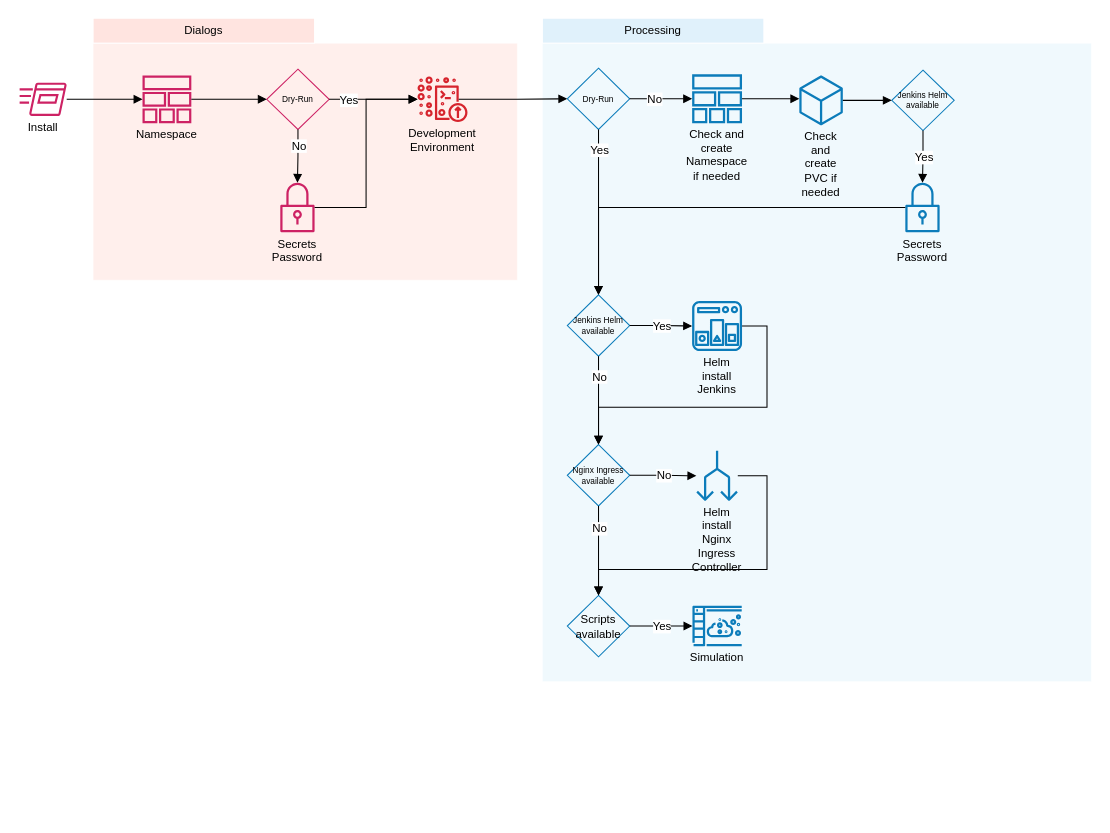
Earlier version of the draw.io diagram docs/images/process_install.drawio (Ragin-LundF/k8s-jcasc-management-go). Source tidied: cells renumbered, new cells numbered last; positions are measured from the earlier drawing's top-left corner, leaving out a move shared by most shapes. Both pictures are drawn from the tidied source at 104%, with x=0, y=0 at pixel (18, 18).
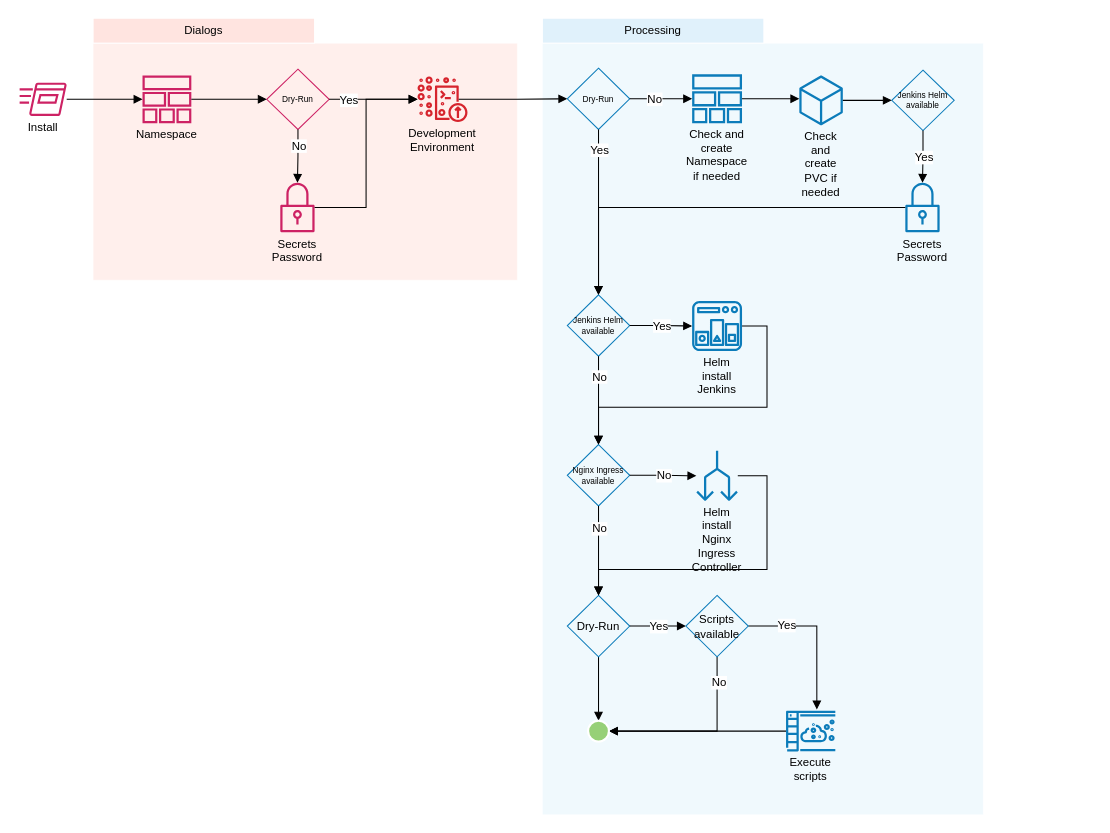
The same page after the edit.

Diff of the diagram source:
```diff
@@
     <mxCell id="16" style="html=1;whiteSpace=wrap;fontSize=11;spacing=3;strokeColor=#ffffff;strokeOpacity=100;fillOpacity=40;fillColor=#c1e4f7;opacity=60;" parent="1" vertex="1">
-      <mxGeometry x="504" y="24" width="528" height="614" as="geometry" />
+      <mxGeometry x="504" y="24" width="424" height="742" as="geometry" />
     </mxCell>
@@
+    <mxCell id="51" style="edgeStyle=orthogonalEdgeStyle;rounded=0;jettySize=auto;html=1;exitX=0.5;exitY=1;exitDx=0;exitDy=0;entryX=0.5;entryY=0;entryDx=0;entryDy=0;endArrow=block;endFill=1;" parent="1" edge="1" source="41" target="58">
+      <mxGeometry relative="1" as="geometry" />
+    </mxCell>
-    <mxCell id="41" value="Scripts available" style="html=1;whiteSpace=wrap;rhombus;fontSize=11;fontColor=#000000;spacing=3;strokeColor=#0c7cba;strokeOpacity=100;fillOpacity=0;fillColor=#000000;" parent="1" vertex="1">
+    <mxCell id="41" value="Dry-Run" style="html=1;whiteSpace=wrap;rhombus;fontSize=11;fontColor=#000000;spacing=3;strokeColor=#0c7cba;strokeOpacity=100;fillOpacity=0;fillColor=#000000;" parent="1" vertex="1">
       <mxGeometry x="528" y="555" width="60" height="59" as="geometry" />
     </mxCell>
@@
+    <mxCell id="52" style="edgeStyle=orthogonalEdgeStyle;rounded=0;jettySize=auto;html=1;entryX=1;entryY=0.5;entryDx=0;entryDy=0;endArrow=block;endFill=1;" parent="1" edge="1" source="44" target="58">
+      <mxGeometry relative="1" as="geometry" />
+    </mxCell>
-    <mxCell id="44" value="Simulation" style="html=1;whiteSpace=wrap;shape=mxgraph.aws4.simulation;labelPosition=center;verticalLabelPosition=bottom;align=center;verticalAlign=top;strokeColor=none;fontSize=11;fontColor=#000000;spacing=0;strokeOpacity=100;fillOpacity=100;fillColor=#0c7cba;" parent="1" vertex="1">
-      <mxGeometry x="648" y="565" width="48" height="39" as="geometry" />
+    <mxCell id="44" value="Execute scripts" style="html=1;whiteSpace=wrap;shape=mxgraph.aws4.simulation;labelPosition=center;verticalLabelPosition=bottom;align=center;verticalAlign=top;strokeColor=none;fontSize=11;fontColor=#000000;spacing=0;strokeOpacity=100;fillOpacity=100;fillColor=#0c7cba;" parent="1" vertex="1">
+      <mxGeometry x="738" y="666" width="48" height="39" as="geometry" />
     </mxCell>
-    <mxCell id="45" style="html=1;jettySize=18;fontSize=11;fontColor=#000000;strokeOpacity=100;rounded=1;arcSize=0;edgeStyle=orthogonalEdgeStyle;startArrow=none;endArrow=block;endFill=1;exitX=1.0142137400096072;exitY=0.5;exitPerimeter=1;entryX=0;entryY=0.5000000000003566;entryPerimeter=1;" parent="1" edge="1" source="41" target="44">
+    <mxCell id="45" style="html=1;jettySize=18;fontSize=11;fontColor=#000000;strokeOpacity=100;rounded=1;arcSize=0;edgeStyle=orthogonalEdgeStyle;startArrow=none;endArrow=block;endFill=1;exitX=1.0142137400096072;exitY=0.5;exitPerimeter=1;entryX=0;entryY=0.5;entryDx=0;entryDy=0;" parent="1" edge="1" source="41" target="57">
       <mxGeometry relative="1" as="geometry" />
     </mxCell>
@@
+    <mxCell id="53" style="edgeStyle=orthogonalEdgeStyle;rounded=0;jettySize=auto;html=1;exitX=1;exitY=0.5;exitDx=0;exitDy=0;entryX=0.625;entryY=-0.032;entryDx=0;entryDy=0;entryPerimeter=0;endArrow=block;endFill=1;" parent="1" edge="1" source="57" target="44">
+      <mxGeometry relative="1" as="geometry" />
+    </mxCell>
+    <mxCell id="54" value="Yes" style="edgeLabel;html=1;align=center;verticalAlign=middle;" parent="53" vertex="1">
+      <mxGeometry x="-0.51" y="1" relative="1" as="geometry" />
+    </mxCell>
+    <mxCell id="55" style="edgeStyle=orthogonalEdgeStyle;rounded=0;jettySize=auto;html=1;exitX=0.5;exitY=1;exitDx=0;exitDy=0;entryX=1;entryY=0.5;entryDx=0;entryDy=0;endArrow=block;endFill=1;" parent="1" edge="1" source="57" target="58">
+      <mxGeometry relative="1" as="geometry" />
+    </mxCell>
+    <mxCell id="56" value="No" style="edgeLabel;html=1;align=center;verticalAlign=middle;" parent="55" vertex="1">
+      <mxGeometry x="-0.73" y="1" relative="1" as="geometry" />
+    </mxCell>
+    <mxCell id="57" value="Scripts&lt;br&gt;available" style="html=1;whiteSpace=wrap;rhombus;fontSize=11;fontColor=#000000;spacing=3;strokeColor=#0c7cba;strokeOpacity=100;fillOpacity=0;fillColor=#000000;" parent="1" vertex="1">
+      <mxGeometry x="642" y="555" width="60" height="59" as="geometry" />
+    </mxCell>
+    <mxCell id="58" style="ellipse;whiteSpace=wrap;html=1;fillColor=#97D077;strokeColor=#FFFFFF;strokeWidth=2;" parent="1" vertex="1">
+      <mxGeometry x="548" y="675.5" width="20" height="20" as="geometry" />
+    </mxCell>
```
